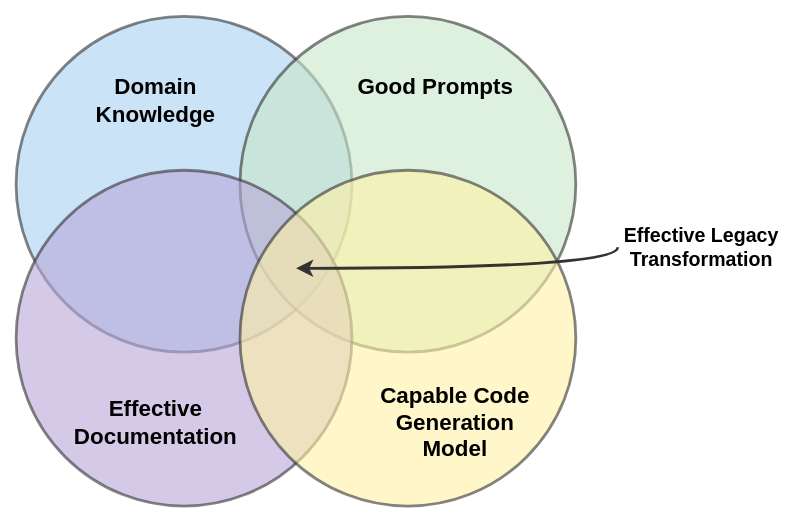
Above: playbook/pages/getting-started/attachments/four-pillars-venn-diagram.svg in DEFRA/defra-ai-legacy-modernisation (draw.io), before the change. Source tidied: cells renumbered, new cells last; positions are measured from the earlier drawing's top-left corner, leaving out a move shared by most shapes.
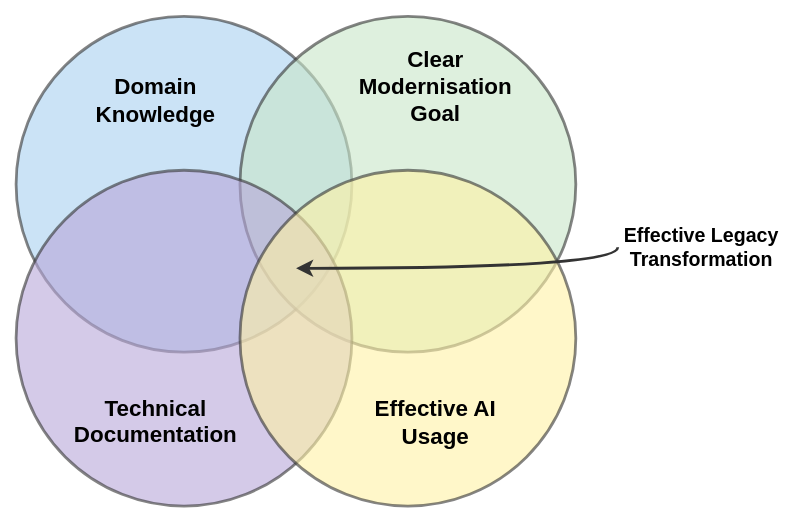
The same diagram one commit later.

Change to the diagram source:
```diff
@@ -20,14 +20,14 @@
     <mxCell id="7" value="Domain Knowledge" style="text;html=1;strokeColor=none;fillColor=none;align=center;verticalAlign=middle;whiteSpace=wrap;rounded=0;fontStyle=1;fontSize=16;" parent="2" vertex="1">
       <mxGeometry x="40" y="40" width="120" height="40" as="geometry" />
     </mxCell>
-    <mxCell id="8" value="Good Prompts" style="text;html=1;strokeColor=none;fillColor=none;align=center;verticalAlign=middle;whiteSpace=wrap;rounded=0;fontStyle=1;fontSize=16;" parent="2" vertex="1">
+    <mxCell id="8" value="Clear Modernisation Goal" style="text;html=1;strokeColor=none;fillColor=none;align=center;verticalAlign=middle;whiteSpace=wrap;rounded=0;fontStyle=1;fontSize=16;" parent="2" vertex="1">
       <mxGeometry x="240" y="30" width="120" height="40" as="geometry" />
     </mxCell>
-    <mxCell id="9" value="Effective Documentation" style="text;html=1;strokeColor=none;fillColor=none;align=center;verticalAlign=middle;whiteSpace=wrap;rounded=0;fontStyle=1;fontSize=16;" parent="2" vertex="1">
-      <mxGeometry x="40" y="270" width="120" height="40" as="geometry" />
+    <mxCell id="9" value="&lt;div&gt;&lt;br&gt;&lt;/div&gt;Technical&lt;div&gt;Documentation&lt;/div&gt;" style="text;html=1;strokeColor=none;fillColor=none;align=center;verticalAlign=middle;whiteSpace=wrap;rounded=0;fontStyle=1;fontSize=16;" parent="2" vertex="1">
+      <mxGeometry x="40" y="260" width="120" height="40" as="geometry" />
     </mxCell>
-    <mxCell id="10" value="Capable Code&#10;Generation&#10;Model" style="text;html=1;strokeColor=none;fillColor=none;align=center;verticalAlign=middle;whiteSpace=wrap;rounded=0;fontStyle=1;fontSize=16;" parent="2" vertex="1">
-      <mxGeometry x="254" y="260" width="120" height="60" as="geometry" />
+    <mxCell id="10" value="Effective AI Usage" style="text;html=1;strokeColor=none;fillColor=none;align=center;verticalAlign=middle;whiteSpace=wrap;rounded=0;fontStyle=1;fontSize=16;" parent="2" vertex="1">
+      <mxGeometry x="240" y="260" width="120" height="60" as="geometry" />
     </mxCell>
     <mxCell id="11" value="Effective Legacy Transformation" style="text;html=1;strokeColor=none;fillColor=none;align=center;verticalAlign=middle;whiteSpace=wrap;rounded=0;fontStyle=1;fontSize=14;" parent="2" vertex="1">
       <mxGeometry x="430" y="140" width="120" height="50" as="geometry" />
```
